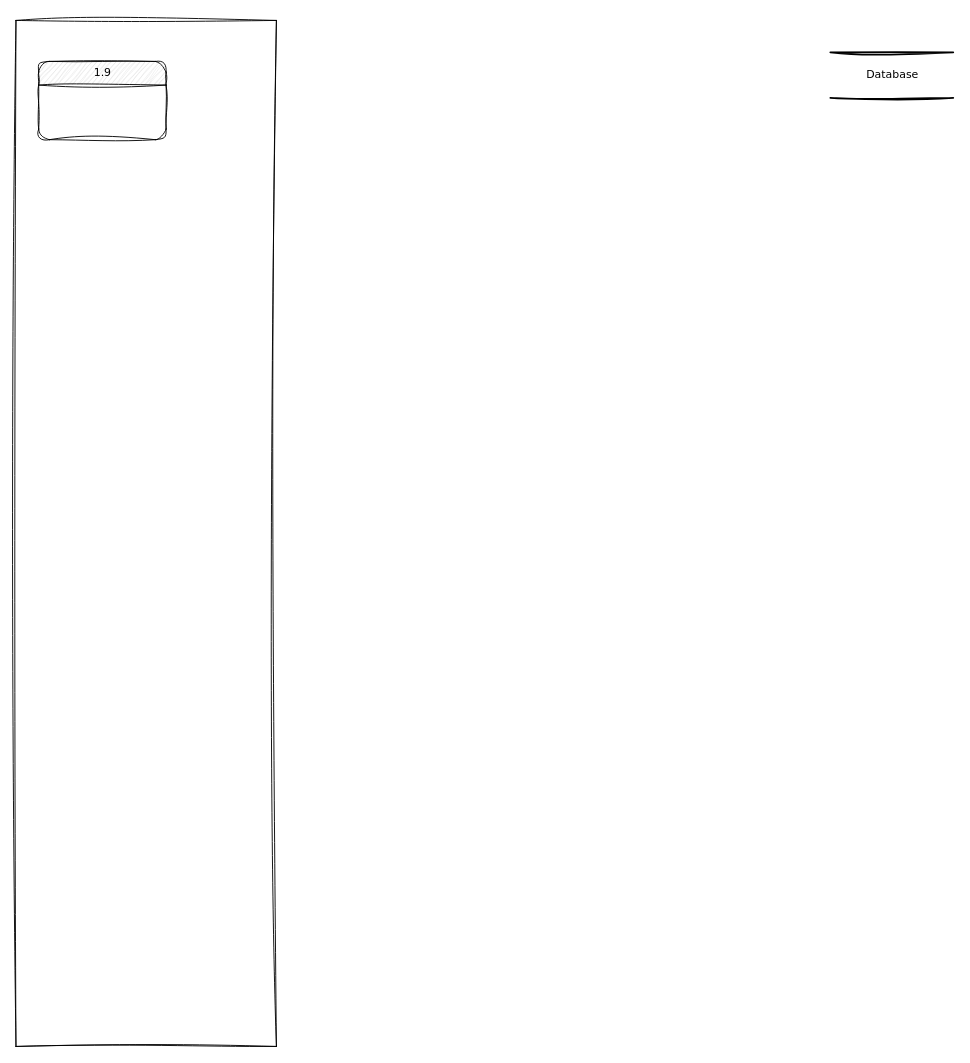
The draw.io diagram Test.drawio in hoony84/diagrams, before the edit. Source tidied: cells renumbered, new cells numbered last; positions are measured from the earlier drawing's top-left corner, leaving out a move shared by most shapes. Both pictures are drawn from the tidied source at 91%, with x=0, y=0 at pixel (-368, 52).
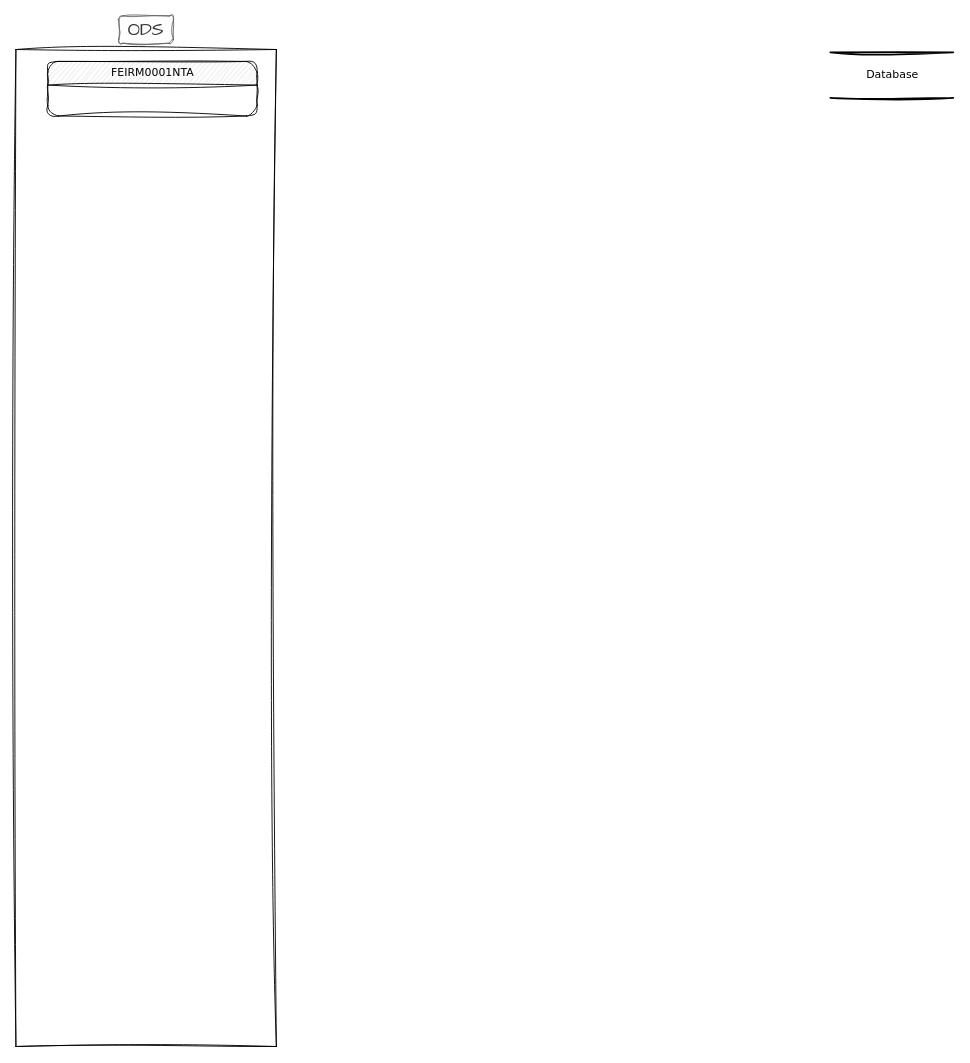
After the change.

Change to the diagram source:
```diff
@@
 <mxGraphModel>
   <root>
     <mxCell id="0" />
     <mxCell id="1" parent="0" />
     <mxCell id="2" style="whiteSpace=wrap;html=1;sketch=1;hachureGap=4;jiggle=2;curveFitting=1;fontFamily=Architects Daughter;direction=south;rotation=-90;" parent="1" vertex="1">
-      <mxGeometry x="0.4" y="385.6" width="1127.5" height="286.2" as="geometry" />
+      <mxGeometry x="16.3" y="401.6" width="1095.6" height="286.2" as="geometry" />
     </mxCell>
     <mxCell id="3" value="Database" style="html=1;rounded=0;shadow=0;comic=0;labelBackgroundColor=none;strokeWidth=2;fontFamily=Verdana;fontSize=12;align=center;shape=mxgraph.ios7ui.horLines;sketch=1;curveFitting=1;jiggle=2;" parent="1" vertex="1">
       <mxGeometry x="1316" width="135" height="50" as="geometry" />
     </mxCell>
-    <mxCell id="4" value="1.9" style="swimlane;html=1;fontStyle=0;horizontal=1;startSize=26;fillColor=#e0e0e0;swimlaneFillColor=#ffffff;align=center;rounded=1;shadow=0;comic=0;labelBackgroundColor=none;strokeWidth=1;fontFamily=Verdana;fontSize=12;sketch=1;curveFitting=1;jiggle=2;" parent="1" vertex="1">
-      <mxGeometry x="446" y="10" width="140" height="86" as="geometry" />
+    <mxCell id="4" value="FEIRM0001NTA" style="swimlane;html=1;fontStyle=0;horizontal=1;startSize=26;fillColor=#e0e0e0;swimlaneFillColor=#ffffff;align=center;rounded=1;shadow=0;comic=0;labelBackgroundColor=none;strokeWidth=1;fontFamily=Verdana;fontSize=12;sketch=1;curveFitting=1;jiggle=2;" parent="1" vertex="1">
+      <mxGeometry x="456" y="10" width="230" height="60" as="geometry" />
     </mxCell>
+    <mxCell id="5" value="ODS" style="text;html=1;align=center;verticalAlign=middle;whiteSpace=wrap;rounded=1;fontSize=20;fontFamily=Architects Daughter;perimeterSpacing=0;fillColor=#f5f5f5;strokeColor=#666666;fontColor=#333333;sketch=1;curveFitting=1;jiggle=2;" parent="1" vertex="1">
+      <mxGeometry x="534.1" y="-40" width="60" height="30" as="geometry" />
+    </mxCell>
   </root>
 </mxGraphModel>
```
